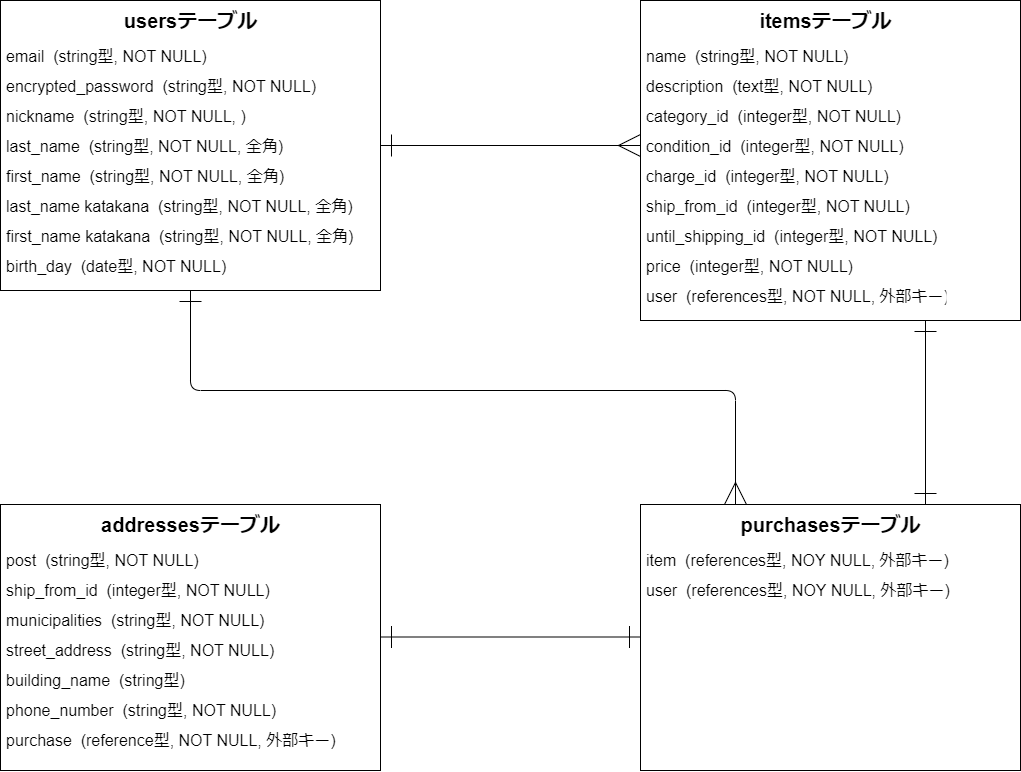
This is .drawio.png from piyofisu/furima-41017, a draw.io export, as it was before one commit. Source tidied: cells renumbered, new cells last; positions are measured from the earlier drawing's top-left corner, leaving out a move shared by most shapes.
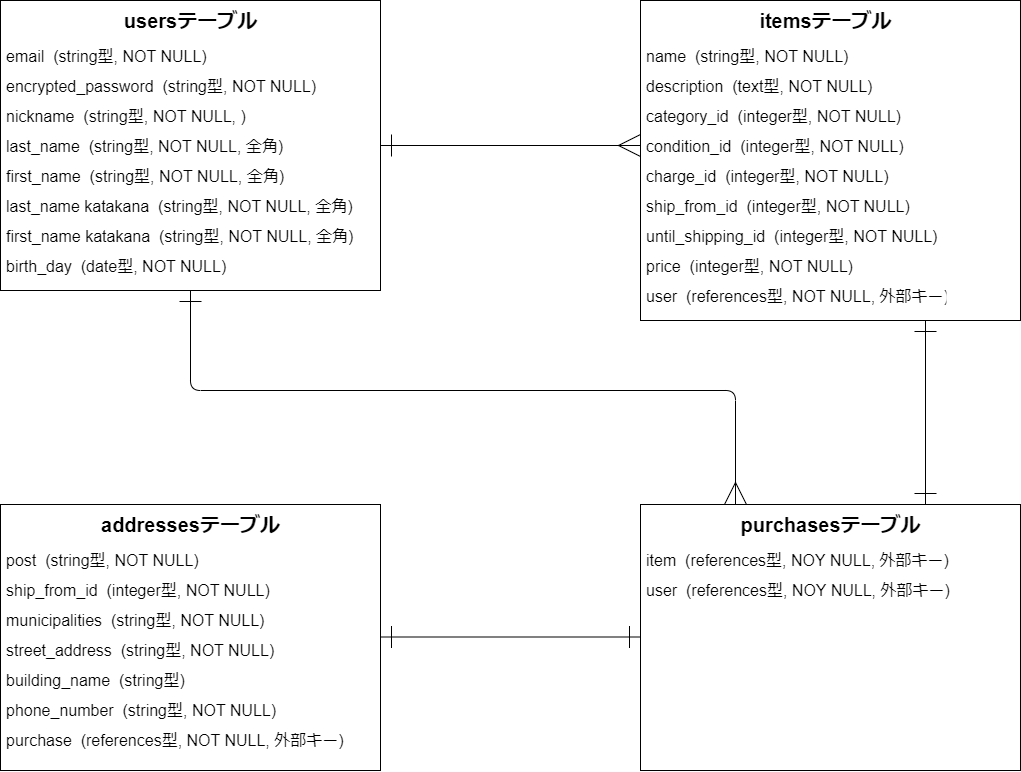
Later version of the same file.

Change to the diagram source:
```diff
@@ -115,7 +115,7 @@
     <mxCell id="37" value="user  (references型, NOY NULL, 外部キー)" style="text;strokeColor=none;fillColor=none;spacingLeft=4;spacingRight=4;overflow=hidden;fontSize=16;" parent="1" vertex="1">
       <mxGeometry x="640" y="574" width="320" height="30" as="geometry" />
     </mxCell>
-    <mxCell id="38" value="purchase  (reference型, NOT NULL, 外部キー)" style="text;strokeColor=none;fillColor=none;spacingLeft=4;spacingRight=4;overflow=hidden;fontSize=16;" parent="1" vertex="1">
+    <mxCell id="38" value="purchase  (references型, NOT NULL, 外部キー)" style="text;strokeColor=none;fillColor=none;spacingLeft=4;spacingRight=4;overflow=hidden;fontSize=16;" parent="1" vertex="1">
       <mxGeometry y="724" width="350" height="30" as="geometry" />
     </mxCell>
     <mxCell id="39" style="edgeStyle=none;html=1;exitX=1;exitY=0.75;exitDx=0;exitDy=0;entryX=0;entryY=0.75;entryDx=0;entryDy=0;strokeWidth=1;fontSize=20;startArrow=ERone;startFill=0;endArrow=ERone;endFill=0;startSize=20;endSize=20;" parent="1" edge="1">
```
